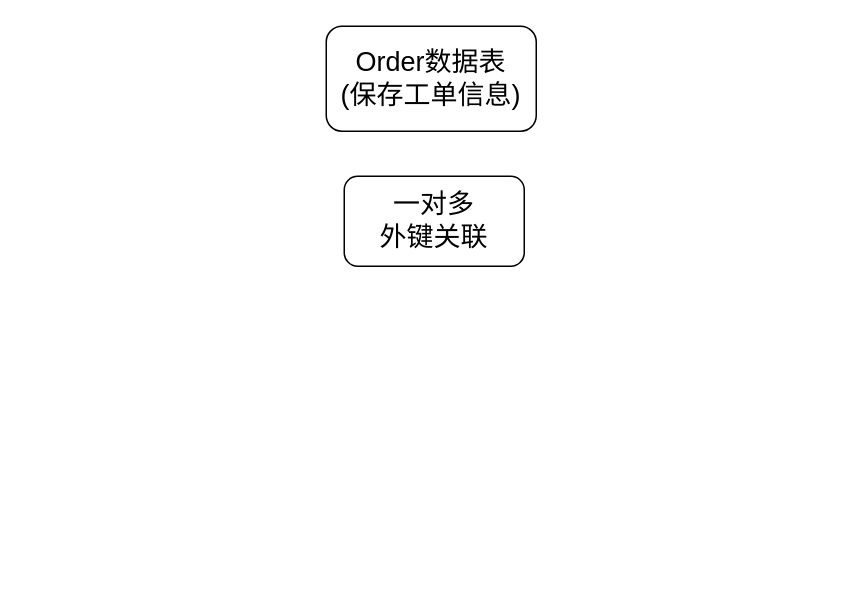
Above: 工单流程.drawio in AdhereZ/graph (draw.io), before the change. Source tidied: cells renumbered, new cells numbered last; positions are measured from the earlier drawing's top-left corner, leaving out a move shared by most shapes. Both pictures are drawn from the tidied source at 150%, with x=0, y=0 at pixel (326, 26).
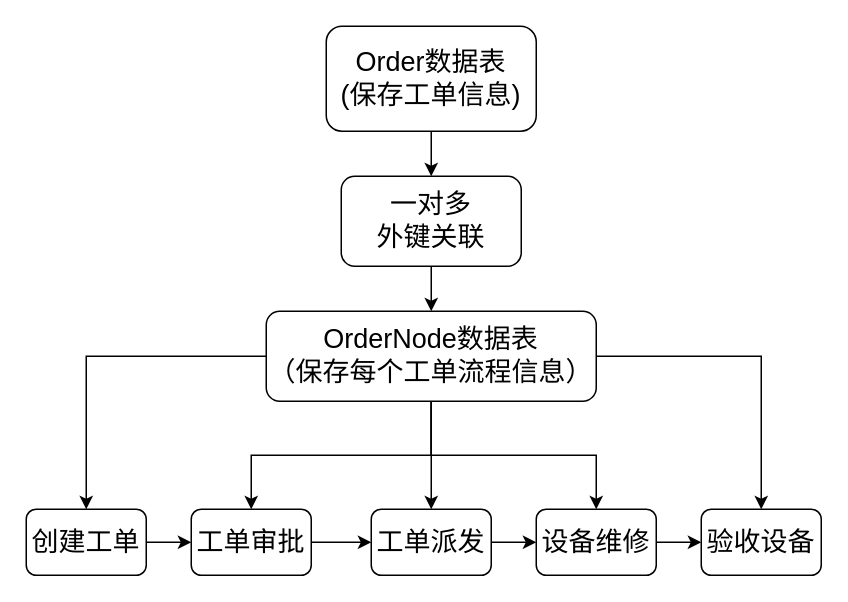
Above is the later version.

Commit message (it also covers changes not shown here):
更新工单流程.drawio

Unchanged cells that the change refers to:
```xml
<mxCell id="2" value="&lt;font style=&quot;font-size: 18px;&quot;&gt;Order数据表&lt;br&gt;(保存工单信息)&lt;/font&gt;" style="rounded=1;whiteSpace=wrap;html=1;" parent="1" vertex="1">
  <mxGeometry width="140" height="70" as="geometry" />
</mxCell>
```

Change to the diagram source:
```diff
@@
+    <mxCell id="4" style="edgeStyle=orthogonalEdgeStyle;rounded=0;jettySize=auto;html=1;entryX=0.5;entryY=0;entryDx=0;entryDy=0;fontSize=18;" parent="1" edge="1" source="2" target="3">
+      <mxGeometry relative="1" as="geometry" />
+    </mxCell>
@@
+    <mxCell id="5" style="edgeStyle=orthogonalEdgeStyle;rounded=0;jettySize=auto;html=1;fontSize=18;" parent="1" edge="1" source="3" target="11">
+      <mxGeometry relative="1" as="geometry" />
+    </mxCell>
     <mxCell id="3" value="一对多&lt;br&gt;外键关联" style="rounded=1;whiteSpace=wrap;html=1;fontSize=18;" parent="1" vertex="1">
-      <mxGeometry x="12" y="100" width="120" height="60" as="geometry" />
+      <mxGeometry x="10" y="100" width="120" height="60" as="geometry" />
     </mxCell>
+    <mxCell id="6" style="edgeStyle=orthogonalEdgeStyle;rounded=0;jettySize=auto;html=1;fontSize=18;" parent="1" edge="1" source="11" target="13">
+      <mxGeometry relative="1" as="geometry" />
+    </mxCell>
+    <mxCell id="7" style="edgeStyle=orthogonalEdgeStyle;rounded=0;jettySize=auto;html=1;fontSize=18;" parent="1" edge="1" source="11" target="15">
+      <mxGeometry relative="1" as="geometry" />
+    </mxCell>
+    <mxCell id="8" style="edgeStyle=orthogonalEdgeStyle;rounded=0;jettySize=auto;html=1;entryX=0.5;entryY=0;entryDx=0;entryDy=0;fontSize=18;" parent="1" edge="1" source="11" target="17">
+      <mxGeometry relative="1" as="geometry" />
+    </mxCell>
+    <mxCell id="9" style="edgeStyle=orthogonalEdgeStyle;rounded=0;jettySize=auto;html=1;fontSize=18;" parent="1" edge="1" source="11" target="19">
+      <mxGeometry relative="1" as="geometry" />
+    </mxCell>
+    <mxCell id="10" style="edgeStyle=orthogonalEdgeStyle;rounded=0;jettySize=auto;html=1;entryX=0.5;entryY=0;entryDx=0;entryDy=0;fontSize=18;" parent="1" edge="1" source="11" target="20">
+      <mxGeometry relative="1" as="geometry" />
+    </mxCell>
+    <mxCell id="11" value="OrderNode数据表&lt;br&gt;（保存每个工单流程信息）" style="rounded=1;whiteSpace=wrap;html=1;fontSize=18;" parent="1" vertex="1">
+      <mxGeometry x="-40" y="190" width="220" height="60" as="geometry" />
+    </mxCell>
+    <mxCell id="12" style="edgeStyle=orthogonalEdgeStyle;rounded=0;jettySize=auto;html=1;entryX=0;entryY=0.5;entryDx=0;entryDy=0;fontSize=18;" parent="1" edge="1" source="13" target="15">
+      <mxGeometry relative="1" as="geometry" />
+    </mxCell>
+    <mxCell id="13" value="创建工单" style="rounded=1;whiteSpace=wrap;html=1;fontSize=18;" parent="1" vertex="1">
+      <mxGeometry x="-200" y="322" width="80" height="44" as="geometry" />
+    </mxCell>
+    <mxCell id="14" style="edgeStyle=orthogonalEdgeStyle;rounded=0;jettySize=auto;html=1;fontSize=18;" parent="1" edge="1" source="15" target="17">
+      <mxGeometry relative="1" as="geometry" />
+    </mxCell>
+    <mxCell id="15" value="工单审批" style="rounded=1;whiteSpace=wrap;html=1;fontSize=18;" parent="1" vertex="1">
+      <mxGeometry x="-90" y="322" width="80" height="44" as="geometry" />
+    </mxCell>
+    <mxCell id="16" style="edgeStyle=orthogonalEdgeStyle;rounded=0;jettySize=auto;html=1;entryX=0;entryY=0.5;entryDx=0;entryDy=0;fontSize=18;" parent="1" edge="1" source="17" target="19">
+      <mxGeometry relative="1" as="geometry" />
+    </mxCell>
+    <mxCell id="17" value="工单派发" style="rounded=1;whiteSpace=wrap;html=1;fontSize=18;" parent="1" vertex="1">
+      <mxGeometry x="30" y="322" width="80" height="44" as="geometry" />
+    </mxCell>
+    <mxCell id="18" style="edgeStyle=orthogonalEdgeStyle;rounded=0;jettySize=auto;html=1;entryX=0;entryY=0.5;entryDx=0;entryDy=0;fontSize=18;" parent="1" edge="1" source="19" target="20">
+      <mxGeometry relative="1" as="geometry" />
+    </mxCell>
+    <mxCell id="19" value="设备维修" style="rounded=1;whiteSpace=wrap;html=1;fontSize=18;" parent="1" vertex="1">
+      <mxGeometry x="140" y="322" width="80" height="44" as="geometry" />
+    </mxCell>
+    <mxCell id="20" value="验收设备" style="rounded=1;whiteSpace=wrap;html=1;fontSize=18;" parent="1" vertex="1">
+      <mxGeometry x="250" y="322" width="80" height="44" as="geometry" />
+    </mxCell>
```
